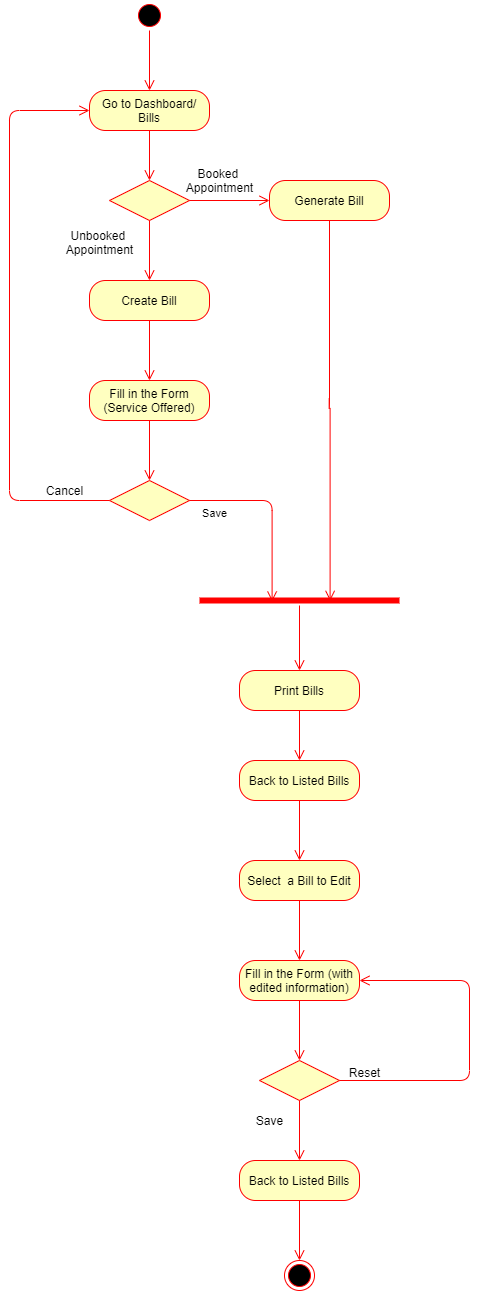
Above: Diagrams/Activity Diagrams FINAL/AC_31-32-33-34 Generate Create Edit Print Bill.png in kkasharaj17/SE-project (draw.io), before the change. Source tidied: cells renumbered, new cells last; positions are measured from the earlier drawing's top-left corner, leaving out a move shared by most shapes.
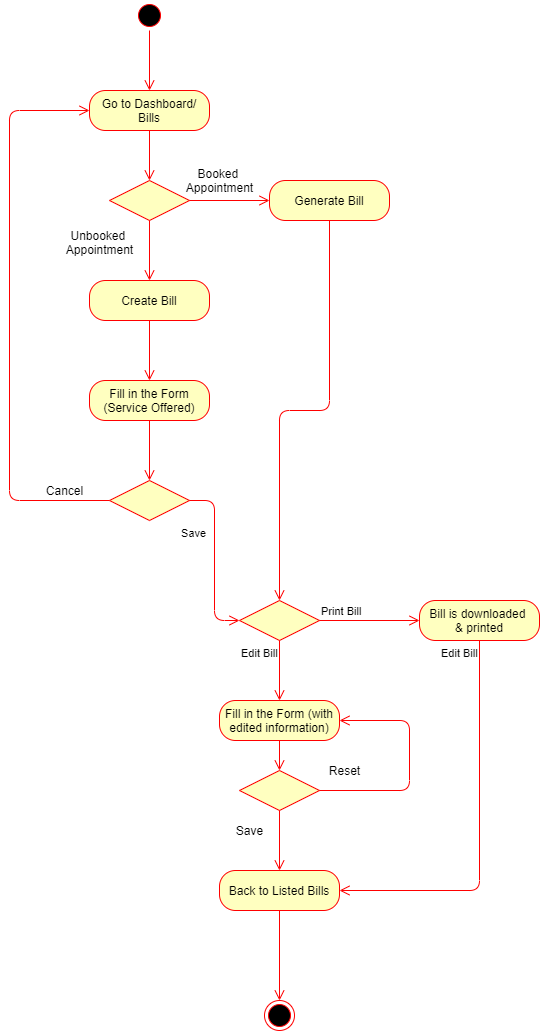
The same diagram one commit later.

Diff of the diagram source:
```diff
@@ -37,7 +37,7 @@
     <mxCell id="10" value="Generate Bill" style="rounded=1;whiteSpace=wrap;html=1;arcSize=40;fontColor=#000000;fillColor=#ffffc0;strokeColor=#ff0000;" parent="1" vertex="1">
       <mxGeometry x="260" y="180" width="120" height="40" as="geometry" />
     </mxCell>
-    <mxCell id="11" style="edgeStyle=orthogonalEdgeStyle;html=1;verticalAlign=bottom;endArrow=open;endSize=8;strokeColor=#ff0000;entryX=0.653;entryY=0.533;entryDx=0;entryDy=0;entryPerimeter=0;" parent="1" edge="1" source="10" target="21">
+    <mxCell id="11" style="edgeStyle=orthogonalEdgeStyle;html=1;verticalAlign=bottom;endArrow=open;endSize=8;strokeColor=#ff0000;entryX=0.5;entryY=0;entryDx=0;entryDy=0;" parent="1" edge="1" source="10" target="39">
       <mxGeometry relative="1" as="geometry" />
     </mxCell>
     <mxCell id="12" value="Unbooked&amp;nbsp;&lt;br&gt;Appointment" style="text;html=1;align=center;verticalAlign=middle;" parent="1" vertex="1">
@@ -70,82 +70,74 @@
         </Array>
       </mxGeometry>
     </mxCell>
-    <mxCell id="19" value="Save" style="edgeStyle=orthogonalEdgeStyle;html=1;align=left;verticalAlign=top;endArrow=open;endSize=8;strokeColor=#ff0000;entryX=0.363;entryY=0.6;entryDx=0;entryDy=0;entryPerimeter=0;" parent="1" edge="1" source="17" target="21">
-      <mxGeometry x="-0.88" relative="1" as="geometry" />
+    <mxCell id="19" value="Save" style="edgeStyle=orthogonalEdgeStyle;html=1;align=left;verticalAlign=top;endArrow=open;endSize=8;strokeColor=#ff0000;entryX=0;entryY=0.5;entryDx=0;entryDy=0;" parent="1" edge="1" source="17" target="39">
+      <mxGeometry x="-0.47" y="-35" relative="1" as="geometry" />
     </mxCell>
     <mxCell id="20" value="Cancel" style="text;html=1;align=center;verticalAlign=middle;" parent="1" vertex="1">
       <mxGeometry x="30" y="480" width="50" height="20" as="geometry" />
     </mxCell>
-    <mxCell id="21" style="shape=line;html=1;strokeWidth=6;strokeColor=#ff0000;" parent="1" vertex="1">
-      <mxGeometry x="190" y="595" width="200" height="10" as="geometry" />
-    </mxCell>
-    <mxCell id="22" style="edgeStyle=orthogonalEdgeStyle;html=1;verticalAlign=bottom;endArrow=open;endSize=8;strokeColor=#ff0000;" parent="1" edge="1" source="21">
-      <mxGeometry relative="1" as="geometry">
-        <mxPoint x="290" y="670" as="targetPoint" />
-      </mxGeometry>
-    </mxCell>
-    <mxCell id="23" value="Print Bills" style="rounded=1;whiteSpace=wrap;html=1;arcSize=40;fontColor=#000000;fillColor=#ffffc0;strokeColor=#ff0000;" parent="1" vertex="1">
-      <mxGeometry x="230" y="670" width="120" height="40" as="geometry" />
+    <mxCell id="23" value="Bill is downloaded &lt;br&gt;&amp;amp; printed" style="rounded=1;whiteSpace=wrap;html=1;arcSize=40;fontColor=#000000;fillColor=#ffffc0;strokeColor=#ff0000;" parent="1" vertex="1">
+      <mxGeometry x="410" y="600" width="120" height="40" as="geometry" />
     </mxCell>
-    <mxCell id="24" value="Back to Listed Bills" style="rounded=1;whiteSpace=wrap;html=1;arcSize=40;fontColor=#000000;fillColor=#ffffc0;strokeColor=#ff0000;" parent="1" vertex="1">
-      <mxGeometry x="230" y="760" width="120" height="40" as="geometry" />
-    </mxCell>
-    <mxCell id="25" style="edgeStyle=orthogonalEdgeStyle;html=1;verticalAlign=bottom;endArrow=open;endSize=8;strokeColor=#ff0000;" parent="1" edge="1" source="24">
-      <mxGeometry relative="1" as="geometry">
-        <mxPoint x="290" y="860" as="targetPoint" />
-      </mxGeometry>
-    </mxCell>
-    <mxCell id="26" style="edgeStyle=orthogonalEdgeStyle;html=1;verticalAlign=bottom;endArrow=open;endSize=8;strokeColor=#ff0000;exitX=0.5;exitY=1;exitDx=0;exitDy=0;entryX=0.5;entryY=0;entryDx=0;entryDy=0;" parent="1" edge="1" source="23" target="24">
-      <mxGeometry relative="1" as="geometry" />
-    </mxCell>
-    <mxCell id="27" value="Select&amp;nbsp; a Bill to Edit" style="rounded=1;whiteSpace=wrap;html=1;arcSize=40;fontColor=#000000;fillColor=#ffffc0;strokeColor=#ff0000;" parent="1" vertex="1">
-      <mxGeometry x="230" y="860" width="120" height="40" as="geometry" />
-    </mxCell>
-    <mxCell id="28" style="edgeStyle=orthogonalEdgeStyle;html=1;verticalAlign=bottom;endArrow=open;endSize=8;strokeColor=#ff0000;" parent="1" edge="1" source="27">
-      <mxGeometry relative="1" as="geometry">
-        <mxPoint x="290" y="960" as="targetPoint" />
-      </mxGeometry>
-    </mxCell>
     <mxCell id="29" value="Fill in the Form (with edited information)" style="rounded=1;whiteSpace=wrap;html=1;arcSize=40;fontColor=#000000;fillColor=#ffffc0;strokeColor=#ff0000;" parent="1" vertex="1">
-      <mxGeometry x="230" y="960" width="120" height="40" as="geometry" />
+      <mxGeometry x="210" y="700" width="120" height="40" as="geometry" />
     </mxCell>
-    <mxCell id="30" style="edgeStyle=orthogonalEdgeStyle;html=1;verticalAlign=bottom;endArrow=open;endSize=8;strokeColor=#ff0000;" parent="1" edge="1" source="29">
-      <mxGeometry relative="1" as="geometry">
-        <mxPoint x="290" y="1060" as="targetPoint" />
-      </mxGeometry>
+    <mxCell id="30" style="edgeStyle=orthogonalEdgeStyle;html=1;verticalAlign=bottom;endArrow=open;endSize=8;strokeColor=#ff0000;entryX=0.5;entryY=0;entryDx=0;entryDy=0;" parent="1" edge="1" source="29" target="31">
+      <mxGeometry relative="1" as="geometry" />
     </mxCell>
     <mxCell id="31" style="rhombus;whiteSpace=wrap;html=1;fillColor=#ffffc0;strokeColor=#ff0000;" parent="1" vertex="1">
-      <mxGeometry x="250" y="1060" width="80" height="40" as="geometry" />
+      <mxGeometry x="230" y="770" width="80" height="40" as="geometry" />
     </mxCell>
-    <mxCell id="32" style="edgeStyle=orthogonalEdgeStyle;html=1;align=left;verticalAlign=bottom;endArrow=open;endSize=8;strokeColor=#ff0000;entryX=1;entryY=0.5;entryDx=0;entryDy=0;entryPerimeter=0;" parent="1" edge="1" source="31" target="29">
+    <mxCell id="32" style="edgeStyle=orthogonalEdgeStyle;html=1;align=left;verticalAlign=bottom;endArrow=open;endSize=8;strokeColor=#ff0000;entryX=1;entryY=0.5;entryDx=0;entryDy=0;entryPerimeter=0;exitX=1;exitY=0.5;exitDx=0;exitDy=0;" parent="1" edge="1" source="31" target="29">
       <mxGeometry x="-1" relative="1" as="geometry">
         <Array as="points">
-          <mxPoint x="460" y="1080" />
-          <mxPoint x="460" y="980" />
+          <mxPoint x="400" y="790" />
+          <mxPoint x="400" y="720" />
         </Array>
       </mxGeometry>
     </mxCell>
-    <mxCell id="33" style="edgeStyle=orthogonalEdgeStyle;html=1;align=left;verticalAlign=top;endArrow=open;endSize=8;strokeColor=#ff0000;" parent="1" edge="1" source="31">
-      <mxGeometry x="-0.67" y="90" relative="1" as="geometry">
-        <mxPoint x="290" y="1160" as="targetPoint" />
-      </mxGeometry>
+    <mxCell id="33" style="edgeStyle=orthogonalEdgeStyle;html=1;align=left;verticalAlign=top;endArrow=open;endSize=8;strokeColor=#ff0000;entryX=0.5;entryY=0;entryDx=0;entryDy=0;" parent="1" edge="1" source="31" target="36">
+      <mxGeometry x="-0.67" y="90" relative="1" as="geometry" />
     </mxCell>
     <mxCell id="34" value="Save" style="text;html=1;align=center;verticalAlign=middle;" parent="1" vertex="1">
-      <mxGeometry x="240" y="1110" width="40" height="20" as="geometry" />
+      <mxGeometry x="220" y="820" width="40" height="20" as="geometry" />
     </mxCell>
     <mxCell id="35" value="Reset" style="text;html=1;align=center;verticalAlign=middle;" parent="1" vertex="1">
-      <mxGeometry x="330" y="1062" width="50" height="20" as="geometry" />
+      <mxGeometry x="310" y="760" width="50" height="20" as="geometry" />
     </mxCell>
     <mxCell id="36" value="Back to Listed Bills" style="rounded=1;whiteSpace=wrap;html=1;arcSize=40;fontColor=#000000;fillColor=#ffffc0;strokeColor=#ff0000;" parent="1" vertex="1">
-      <mxGeometry x="230" y="1160" width="120" height="40" as="geometry" />
+      <mxGeometry x="210" y="870" width="120" height="40" as="geometry" />
     </mxCell>
     <mxCell id="37" style="edgeStyle=orthogonalEdgeStyle;html=1;verticalAlign=bottom;endArrow=open;endSize=8;strokeColor=#ff0000;" parent="1" edge="1" source="36">
       <mxGeometry relative="1" as="geometry">
-        <mxPoint x="290" y="1260" as="targetPoint" />
+        <mxPoint x="270" y="1000" as="targetPoint" />
       </mxGeometry>
     </mxCell>
     <mxCell id="38" style="ellipse;html=1;shape=endState;fillColor=#000000;strokeColor=#ff0000;" parent="1" vertex="1">
-      <mxGeometry x="275" y="1260" width="30" height="30" as="geometry" />
+      <mxGeometry x="255" y="1000" width="30" height="30" as="geometry" />
     </mxCell>
+    <mxCell id="39" style="rhombus;whiteSpace=wrap;html=1;fillColor=#ffffc0;strokeColor=#ff0000;" parent="1" vertex="1">
+      <mxGeometry x="230" y="600" width="80" height="40" as="geometry" />
+    </mxCell>
+    <mxCell id="40" value="Print Bill" style="edgeStyle=orthogonalEdgeStyle;html=1;align=left;verticalAlign=bottom;endArrow=open;endSize=8;strokeColor=#ff0000;" parent="1" edge="1" source="39">
+      <mxGeometry x="-1" relative="1" as="geometry">
+        <mxPoint x="410" y="620" as="targetPoint" />
+      </mxGeometry>
+    </mxCell>
+    <mxCell id="41" value="Edit Bill" style="edgeStyle=orthogonalEdgeStyle;html=1;align=left;verticalAlign=top;endArrow=open;endSize=8;strokeColor=#ff0000;" parent="1" edge="1" source="39">
+      <mxGeometry x="-1" y="-40" relative="1" as="geometry">
+        <mxPoint x="270" y="700" as="targetPoint" />
+      </mxGeometry>
+    </mxCell>
+    <mxCell id="42" value="&lt;span style=&quot;color: rgba(0 , 0 , 0 , 0) ; font-family: monospace ; font-size: 0px&quot;&gt;%3CmxGraphModel%3E%3Croot%3E%3CmxCell%20id%3D%220%22%2F%3E%3CmxCell%20id%3D%221%22%20parent%3D%220%22%2F%3E%3CmxCell%20id%3D%222%22%20value%3D%22Edit%20Bill%22%20style%3D%22edgeStyle%3DorthogonalEdgeStyle%3Bhtml%3D1%3Balign%3Dleft%3BverticalAlign%3Dtop%3BendArrow%3Dopen%3BendSize%3D8%3BstrokeColor%3D%23ff0000%3B%22%20edge%3D%221%22%20parent%3D%221%22%3E%3CmxGeometry%20x%3D%22-1%22%20y%3D%22-40%22%20relative%3D%221%22%20as%3D%22geometry%22%3E%3CmxPoint%20x%3D%22560%22%20y%3D%22690%22%20as%3D%22targetPoint%22%2F%3E%3CmxPoint%20x%3D%22560%22%20y%3D%22630%22%20as%3D%22sourcePoint%22%2F%3E%3CmxPoint%20as%3D%22offset%22%2F%3E%3C%2FmxGeometry%3E%3C%2FmxCell%3E%3C%2Froot%3E%3C%2FmxGraphModel%3E&lt;/span&gt;" style="text;html=1;align=center;verticalAlign=middle;" parent="1" vertex="1">
+      <mxGeometry x="344" y="674" width="20" height="20" as="geometry" />
+    </mxCell>
+    <mxCell id="43" value="Edit Bill" style="edgeStyle=orthogonalEdgeStyle;html=1;align=left;verticalAlign=top;endArrow=open;endSize=8;strokeColor=#ff0000;exitX=0.5;exitY=1;exitDx=0;exitDy=0;entryX=1;entryY=0.5;entryDx=0;entryDy=0;" parent="1" edge="1" source="23" target="36">
+      <mxGeometry x="-1" y="-40" relative="1" as="geometry">
+        <Array as="points">
+          <mxPoint x="470" y="890" />
+        </Array>
+      </mxGeometry>
+    </mxCell>
   </root>
 </mxGraphModel>
```
